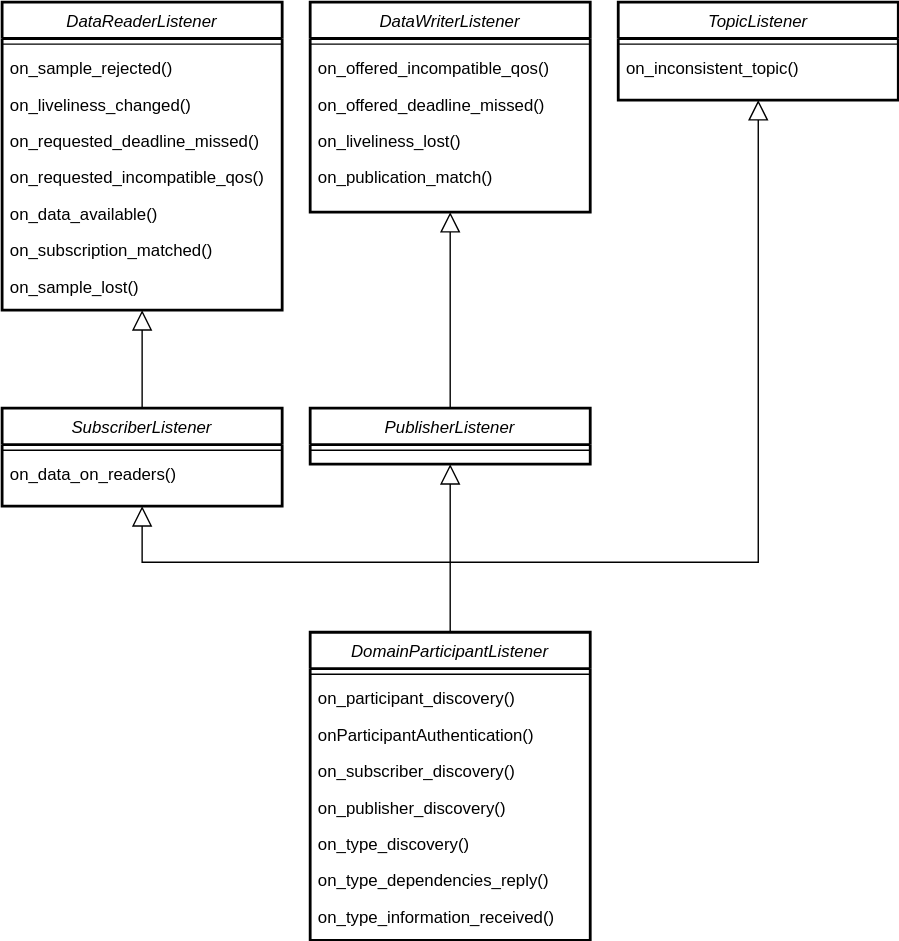
This is docs/01-figures/listeners_inheritance_diagram.svg from eProsima/Fast-DDS-docs, a draw.io export, as it was before one commit. Source tidied: cells renumbered, new cells last; positions are measured from the earlier drawing's top-left corner, leaving out a move shared by most shapes.
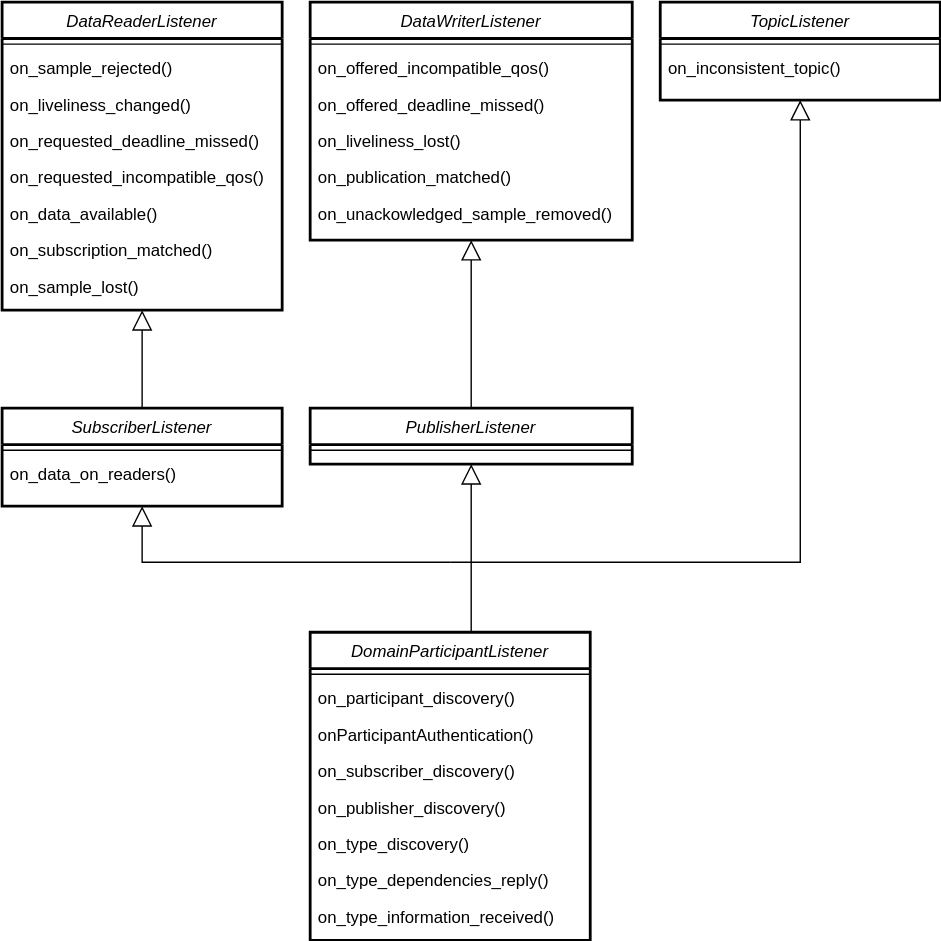
Above is the later version.

Commit message:
Refs #16732: on_unacknowledged_sample_removed documentation

Change to the diagram source:
```diff
@@ -45,29 +45,32 @@
       <mxGeometry relative="1" as="geometry" />
     </mxCell>
     <mxCell id="16" value="PublisherListener" style="swimlane;fontStyle=2;align=center;verticalAlign=top;horizontal=1;startSize=26;rounded=0;shadow=0;strokeWidth=2;" parent="1" vertex="1">
-      <mxGeometry x="220" y="290" width="200" height="40" as="geometry" />
+      <mxGeometry x="220" y="290" width="230" height="40" as="geometry" />
     </mxCell>
     <mxCell id="17" style="line;html=1;strokeWidth=1;align=left;verticalAlign=middle;spacingTop=-1;spacingLeft=3;spacingRight=3;labelPosition=right;" parent="16" vertex="1">
-      <mxGeometry y="26" width="200" height="8" as="geometry" />
+      <mxGeometry y="26" width="230" height="8" as="geometry" />
     </mxCell>
     <mxCell id="18" value="DataWriterListener" style="swimlane;fontStyle=2;align=center;verticalAlign=top;horizontal=1;startSize=26;rounded=0;shadow=0;strokeWidth=2;" parent="1" vertex="1">
-      <mxGeometry x="220" width="200" height="150" as="geometry" />
+      <mxGeometry x="220" width="230" height="170" as="geometry" />
     </mxCell>
     <mxCell id="19" style="line;html=1;strokeWidth=1;align=left;verticalAlign=middle;spacingTop=-1;spacingLeft=3;spacingRight=3;labelPosition=right;" parent="18" vertex="1">
-      <mxGeometry y="26" width="200" height="8" as="geometry" />
+      <mxGeometry y="26" width="230" height="8" as="geometry" />
     </mxCell>
     <mxCell id="20" value="on_offered_incompatible_qos()" style="text;align=left;verticalAlign=top;spacingLeft=4;spacingRight=4;overflow=hidden;" parent="18" vertex="1">
-      <mxGeometry y="34" width="200" height="26" as="geometry" />
+      <mxGeometry y="34" width="230" height="26" as="geometry" />
     </mxCell>
     <mxCell id="21" value="on_offered_deadline_missed()" style="text;align=left;verticalAlign=top;spacingLeft=4;spacingRight=4;overflow=hidden;" parent="18" vertex="1">
-      <mxGeometry y="60" width="200" height="26" as="geometry" />
+      <mxGeometry y="60" width="230" height="26" as="geometry" />
     </mxCell>
     <mxCell id="22" value="on_liveliness_lost()" style="text;align=left;verticalAlign=top;spacingLeft=4;spacingRight=4;overflow=hidden;" parent="18" vertex="1">
-      <mxGeometry y="86" width="200" height="26" as="geometry" />
+      <mxGeometry y="86" width="230" height="26" as="geometry" />
     </mxCell>
-    <mxCell id="23" value="on_publication_match()" style="text;align=left;verticalAlign=top;spacingLeft=4;spacingRight=4;overflow=hidden;" parent="18" vertex="1">
-      <mxGeometry y="112" width="200" height="26" as="geometry" />
+    <mxCell id="23" value="on_publication_matched()" style="text;align=left;verticalAlign=top;spacingLeft=4;spacingRight=4;overflow=hidden;" parent="18" vertex="1">
+      <mxGeometry y="112" width="230" height="26" as="geometry" />
     </mxCell>
+    <mxCell id="39" value="on_unackowledged_sample_removed()" style="text;align=left;verticalAlign=top;spacingLeft=4;spacingRight=4;overflow=hidden;" parent="18" vertex="1">
+      <mxGeometry y="138" width="230" height="26" as="geometry" />
+    </mxCell>
     <mxCell id="24" style="edgeStyle=elbowEdgeStyle;rounded=0;jettySize=auto;html=1;entryX=0.5;entryY=1;entryDx=0;entryDy=0;endArrow=block;endFill=0;endSize=12;targetPerimeterSpacing=0;strokeWidth=1;" parent="1" edge="1" source="25" target="16">
       <mxGeometry relative="1" as="geometry" />
     </mxCell>
@@ -107,7 +110,7 @@
       </mxGeometry>
     </mxCell>
     <mxCell id="35" value="TopicListener" style="swimlane;fontStyle=2;align=center;verticalAlign=top;horizontal=1;startSize=26;rounded=0;shadow=0;strokeWidth=2;" parent="1" vertex="1">
-      <mxGeometry x="440" width="200" height="70" as="geometry" />
+      <mxGeometry x="470" width="200" height="70" as="geometry" />
     </mxCell>
     <mxCell id="36" style="line;html=1;strokeWidth=1;align=left;verticalAlign=middle;spacingTop=-1;spacingLeft=3;spacingRight=3;labelPosition=right;" parent="35" vertex="1">
       <mxGeometry y="26" width="200" height="8" as="geometry" />
@@ -119,6 +122,7 @@
       <mxGeometry relative="1" as="geometry">
         <mxPoint x="320" y="400" as="sourcePoint" />
         <Array as="points">
+          <mxPoint x="570" y="230" />
           <mxPoint x="540" y="270" />
         </Array>
       </mxGeometry>
```
